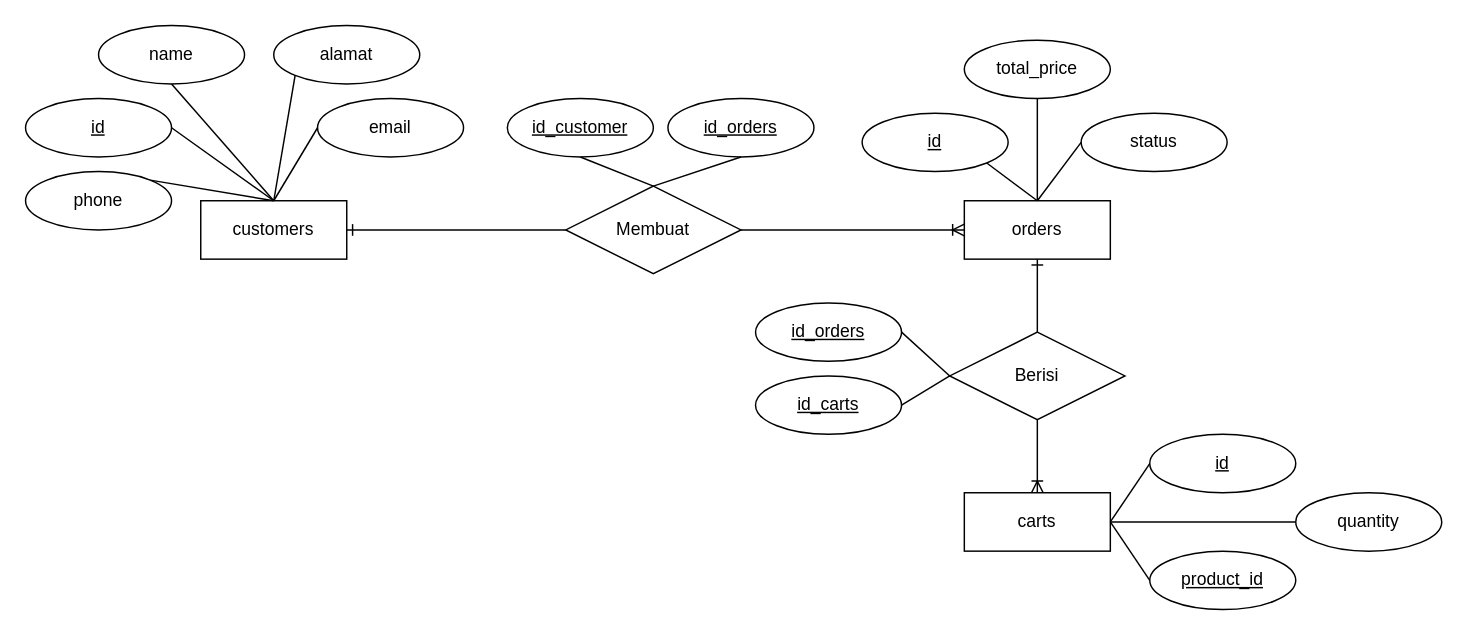
The draw.io diagram Tugas_Basdat_Jurnal.drawio in dapzz-id/DrawIO, before the edit. Source tidied: cells renumbered, new cells numbered last; positions are measured from the earlier drawing's top-left corner, leaving out a move shared by most shapes. Both pictures are drawn from the tidied source at 146%, with x=0, y=0 at pixel (25, 25).
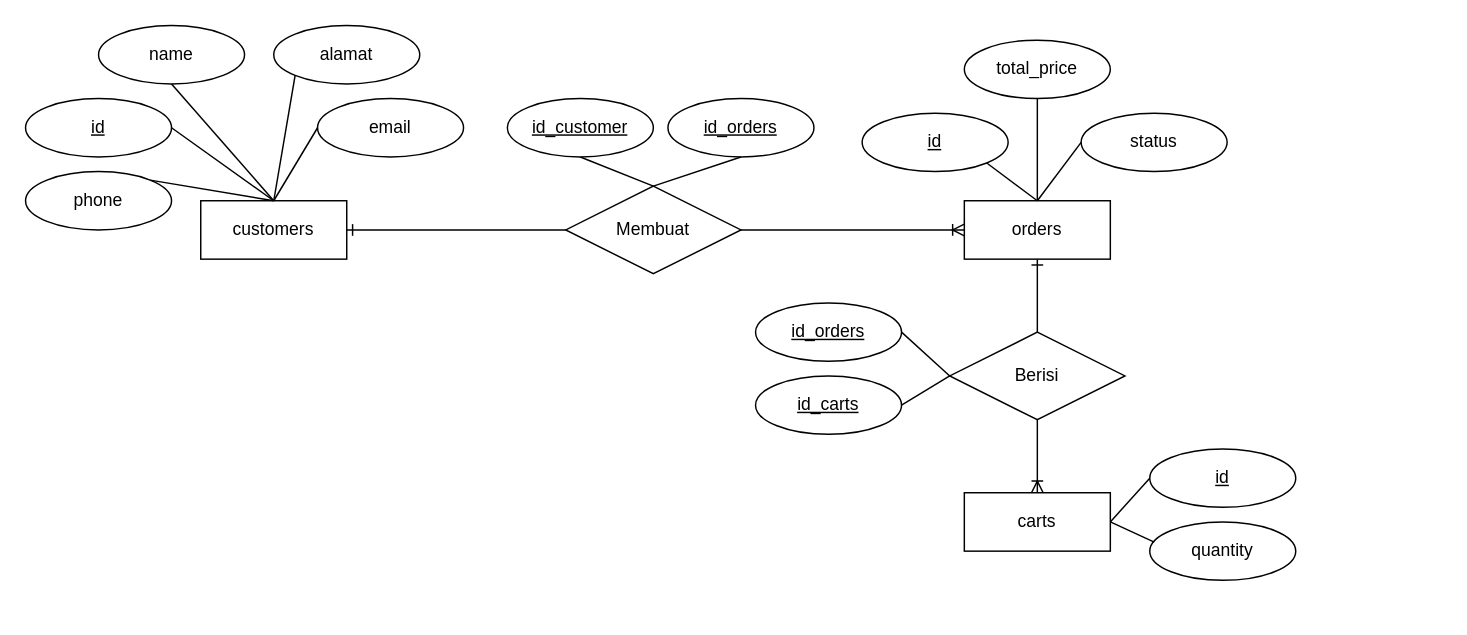
After the change.

Unchanged cells that the change refers to:
```xml
<mxCell id="31" value="carts" style="whiteSpace=wrap;html=1;align=center;" parent="1" vertex="1">
  <mxGeometry x="643" y="320" width="100" height="40" as="geometry" />
</mxCell>
```

Change to the diagram source:
```diff
@@
-    <mxCell id="30" style="edgeStyle=orthogonalEdgeStyle;rounded=0;jettySize=auto;html=1;exitX=1;exitY=0.5;exitDx=0;exitDy=0;entryX=0;entryY=0.5;entryDx=0;entryDy=0;endArrow=none;startFill=0;" parent="1" edge="1" source="31" target="40">
-      <mxGeometry relative="1" as="geometry" />
-    </mxCell>
@@
     <mxCell id="36" value="id" style="ellipse;whiteSpace=wrap;html=1;align=center;fontStyle=4;" parent="1" vertex="1">
-      <mxGeometry x="770" y="280" width="100" height="40" as="geometry" />
+      <mxGeometry x="770" y="290" width="100" height="40" as="geometry" />
     </mxCell>
-    <mxCell id="37" value="product_id" style="ellipse;whiteSpace=wrap;html=1;align=center;fontStyle=4;" parent="1" vertex="1">
-      <mxGeometry x="770" y="360" width="100" height="40" as="geometry" />
-    </mxCell>
@@
-    <mxCell id="39" style="endArrow=none;html=1;rounded=0;exitX=1;exitY=0.5;exitDx=0;exitDy=0;entryX=0;entryY=0.5;entryDx=0;entryDy=0;" parent="1" edge="1" source="31" target="37">
-      <mxGeometry relative="1" as="geometry" />
-    </mxCell>
     <mxCell id="40" value="quantity" style="ellipse;whiteSpace=wrap;html=1;align=center;" parent="1" vertex="1">
-      <mxGeometry x="870" y="320" width="100" height="40" as="geometry" />
+      <mxGeometry x="770" y="340" width="100" height="40" as="geometry" />
     </mxCell>
+    <mxCell id="30" style="endArrow=none;html=1;rounded=0;exitX=1;exitY=0.5;exitDx=0;exitDy=0;entryX=0.031;entryY=0.345;entryDx=0;entryDy=0;entryPerimeter=0;" parent="1" edge="1" source="31" target="40">
+      <mxGeometry relative="1" as="geometry" />
+    </mxCell>
```
